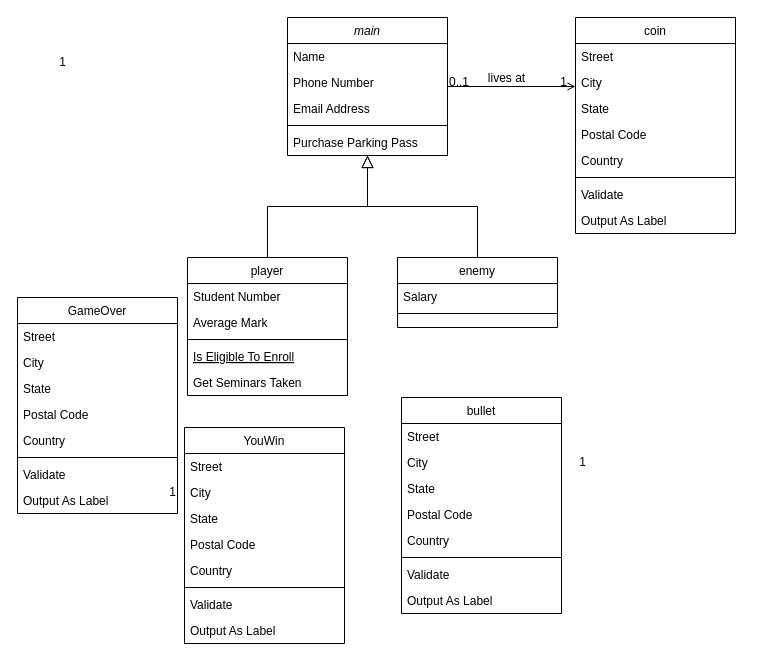
Before: Unavngivet diagram.drawio in Anasbananhovede/eksame-projekt, a draw.io diagram. Source tidied: cells renumbered, new cells numbered last; positions are measured from the earlier drawing's top-left corner, leaving out a move shared by most shapes. Both pictures are drawn from the tidied source at 100%, with x=0, y=0 at pixel (17, 17).
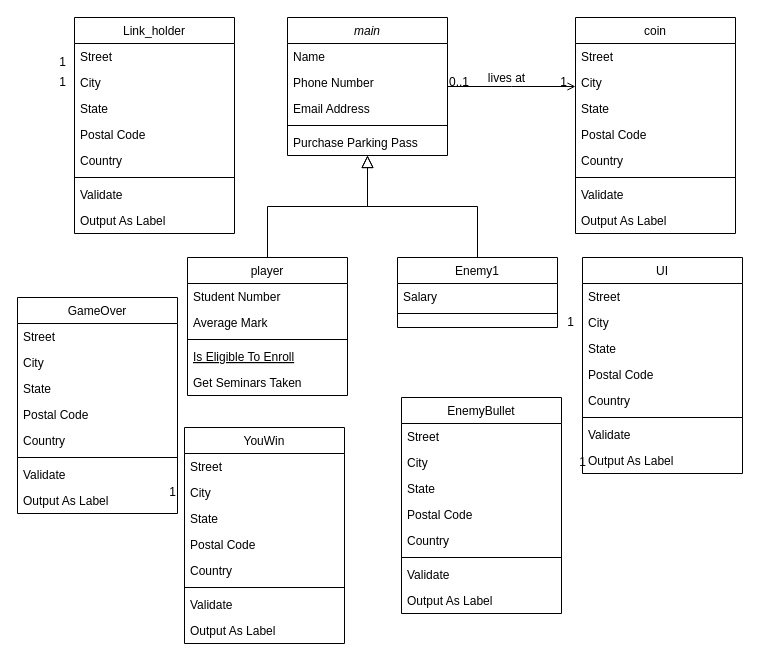
Above is the later version.

What changed in the source:
```diff
@@
-    <mxCell id="15" value="enemy" style="swimlane;fontStyle=0;align=center;verticalAlign=top;horizontal=1;startSize=26;rounded=0;shadow=0;strokeWidth=1;" parent="1" vertex="1">
+    <mxCell id="15" value="Enemy1" style="swimlane;fontStyle=0;align=center;verticalAlign=top;horizontal=1;startSize=26;rounded=0;shadow=0;strokeWidth=1;" parent="1" vertex="1">
       <mxGeometry x="380" y="240" width="160" height="70" as="geometry" />
     </mxCell>
@@
-    <mxCell id="32" value="bullet&#10; " style="swimlane;fontStyle=0;align=center;verticalAlign=top;horizontal=1;startSize=26;rounded=0;shadow=0;strokeWidth=1;" parent="1" vertex="1">
+    <mxCell id="32" value="EnemyBullet" style="swimlane;fontStyle=0;align=center;verticalAlign=top;horizontal=1;startSize=26;rounded=0;shadow=0;strokeWidth=1;" parent="1" vertex="1">
       <mxGeometry x="384" y="380" width="160" height="216" as="geometry" />
     </mxCell>
@@
+    <mxCell id="62" value="Link_holder" style="swimlane;fontStyle=0;align=center;verticalAlign=top;horizontal=1;startSize=26;rounded=0;shadow=0;strokeWidth=1;" parent="1" vertex="1">
+      <mxGeometry x="57" width="160" height="216" as="geometry" />
+    </mxCell>
+    <mxCell id="63" value="Street" style="text;align=left;verticalAlign=top;spacingLeft=4;spacingRight=4;overflow=hidden;" parent="62" vertex="1">
+      <mxGeometry y="26" width="160" height="26" as="geometry" />
+    </mxCell>
+    <mxCell id="64" value="City" style="text;align=left;verticalAlign=top;spacingLeft=4;spacingRight=4;overflow=hidden;rounded=0;shadow=0;html=0;" parent="62" vertex="1">
+      <mxGeometry y="52" width="160" height="26" as="geometry" />
+    </mxCell>
+    <mxCell id="65" value="State" style="text;align=left;verticalAlign=top;spacingLeft=4;spacingRight=4;overflow=hidden;rounded=0;shadow=0;html=0;" parent="62" vertex="1">
+      <mxGeometry y="78" width="160" height="26" as="geometry" />
+    </mxCell>
+    <mxCell id="66" value="Postal Code" style="text;align=left;verticalAlign=top;spacingLeft=4;spacingRight=4;overflow=hidden;rounded=0;shadow=0;html=0;" parent="62" vertex="1">
+      <mxGeometry y="104" width="160" height="26" as="geometry" />
+    </mxCell>
+    <mxCell id="67" value="Country" style="text;align=left;verticalAlign=top;spacingLeft=4;spacingRight=4;overflow=hidden;rounded=0;shadow=0;html=0;" parent="62" vertex="1">
+      <mxGeometry y="130" width="160" height="26" as="geometry" />
+    </mxCell>
+    <mxCell id="68" style="line;html=1;strokeWidth=1;align=left;verticalAlign=middle;spacingTop=-1;spacingLeft=3;spacingRight=3;labelPosition=right;" parent="62" vertex="1">
+      <mxGeometry y="156" width="160" height="8" as="geometry" />
+    </mxCell>
+    <mxCell id="69" value="Validate" style="text;align=left;verticalAlign=top;spacingLeft=4;spacingRight=4;overflow=hidden;" parent="62" vertex="1">
+      <mxGeometry y="164" width="160" height="26" as="geometry" />
+    </mxCell>
+    <mxCell id="70" value="Output As Label" style="text;align=left;verticalAlign=top;spacingLeft=4;spacingRight=4;overflow=hidden;" parent="62" vertex="1">
+      <mxGeometry y="190" width="160" height="26" as="geometry" />
+    </mxCell>
+    <mxCell id="71" value="1" style="align=right;verticalAlign=bottom;labelBackgroundColor=none;fontSize=12;" parent="1" vertex="1">
+      <mxGeometry x="50" y="73" as="geometry" />
+    </mxCell>
+    <mxCell id="72" value="UI" style="swimlane;fontStyle=0;align=center;verticalAlign=top;horizontal=1;startSize=26;rounded=0;shadow=0;strokeWidth=1;" parent="1" vertex="1">
+      <mxGeometry x="565" y="240" width="160" height="216" as="geometry" />
+    </mxCell>
+    <mxCell id="73" value="Street" style="text;align=left;verticalAlign=top;spacingLeft=4;spacingRight=4;overflow=hidden;" parent="72" vertex="1">
+      <mxGeometry y="26" width="160" height="26" as="geometry" />
+    </mxCell>
+    <mxCell id="74" value="City" style="text;align=left;verticalAlign=top;spacingLeft=4;spacingRight=4;overflow=hidden;rounded=0;shadow=0;html=0;" parent="72" vertex="1">
+      <mxGeometry y="52" width="160" height="26" as="geometry" />
+    </mxCell>
+    <mxCell id="75" value="State" style="text;align=left;verticalAlign=top;spacingLeft=4;spacingRight=4;overflow=hidden;rounded=0;shadow=0;html=0;" parent="72" vertex="1">
+      <mxGeometry y="78" width="160" height="26" as="geometry" />
+    </mxCell>
+    <mxCell id="76" value="Postal Code" style="text;align=left;verticalAlign=top;spacingLeft=4;spacingRight=4;overflow=hidden;rounded=0;shadow=0;html=0;" parent="72" vertex="1">
+      <mxGeometry y="104" width="160" height="26" as="geometry" />
+    </mxCell>
+    <mxCell id="77" value="Country" style="text;align=left;verticalAlign=top;spacingLeft=4;spacingRight=4;overflow=hidden;rounded=0;shadow=0;html=0;" parent="72" vertex="1">
+      <mxGeometry y="130" width="160" height="26" as="geometry" />
+    </mxCell>
+    <mxCell id="78" style="line;html=1;strokeWidth=1;align=left;verticalAlign=middle;spacingTop=-1;spacingLeft=3;spacingRight=3;labelPosition=right;" parent="72" vertex="1">
+      <mxGeometry y="156" width="160" height="8" as="geometry" />
+    </mxCell>
+    <mxCell id="79" value="Validate" style="text;align=left;verticalAlign=top;spacingLeft=4;spacingRight=4;overflow=hidden;" parent="72" vertex="1">
+      <mxGeometry y="164" width="160" height="26" as="geometry" />
+    </mxCell>
+    <mxCell id="80" value="Output As Label" style="text;align=left;verticalAlign=top;spacingLeft=4;spacingRight=4;overflow=hidden;" parent="72" vertex="1">
+      <mxGeometry y="190" width="160" height="26" as="geometry" />
+    </mxCell>
+    <mxCell id="81" value="1" style="align=right;verticalAlign=bottom;labelBackgroundColor=none;fontSize=12;" parent="1" vertex="1">
+      <mxGeometry x="558" y="313" as="geometry" />
+    </mxCell>
```
